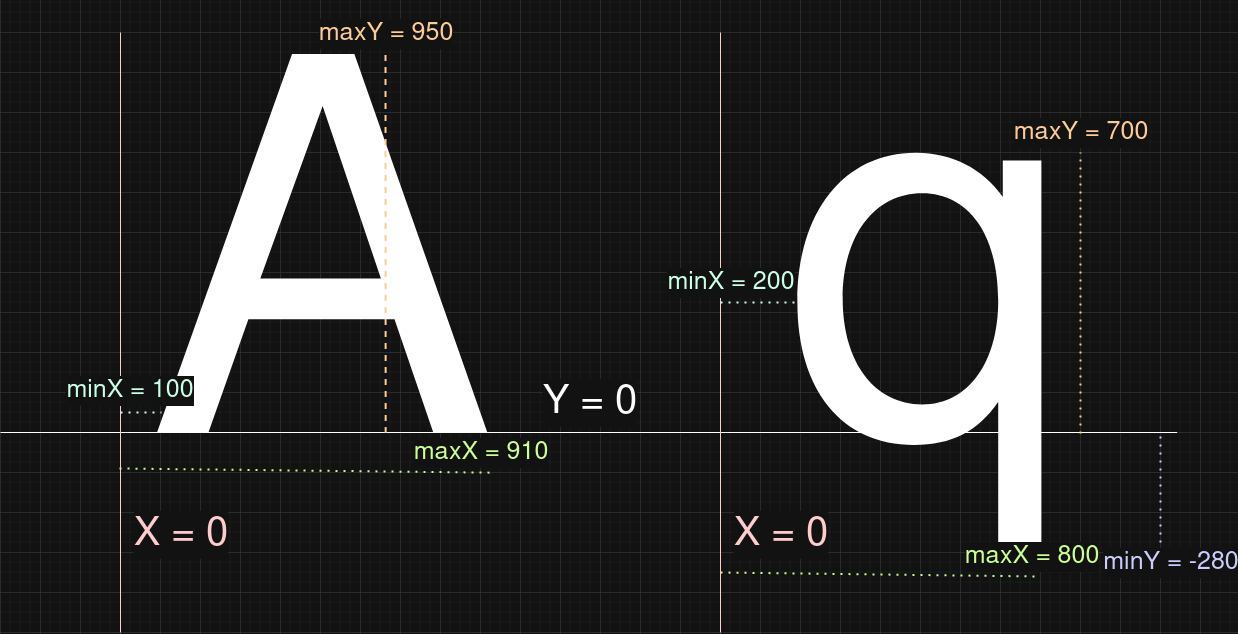
This is vk2d/docs/text/glyph-metrics-absolute.drawio.png from knokko/mardek, a draw.io export, as it was before one commit. Source tidied: cells renumbered, new cells last; positions are measured from the earlier drawing's top-left corner, leaving out a move shared by most shapes. Source of this version:
```xml
<mxGraphModel>
  <root>
    <mxCell id="0" />
    <mxCell id="1" parent="0" />
    <mxCell id="2" value="A&amp;nbsp; q" style="text;html=1;align=center;verticalAlign=middle;whiteSpace=wrap;rounded=0;fontSize=520;" parent="1" vertex="1">
      <mxGeometry x="120" y="20" width="980" height="520" as="geometry" />
    </mxCell>
    <mxCell id="3" value="Y = 0" style="endArrow=none;html=1;rounded=0;fontSize=40;" parent="1" edge="1">
      <mxGeometry y="30" relative="1" as="geometry">
        <mxPoint y="400" as="sourcePoint" />
        <mxPoint x="1176.7" y="400" as="targetPoint" />
      </mxGeometry>
    </mxCell>
    <mxCell id="4" value="X = 0" style="endArrow=none;html=1;rounded=0;strokeColor=light-dark(#000000,#FFCCCC);fontSize=40;fontColor=light-dark(#000000,#FFCCCC);" parent="1" edge="1">
      <mxGeometry x="-0.67" y="-60" relative="1" as="geometry">
        <mxPoint x="120" y="600" as="sourcePoint" />
        <mxPoint x="120" as="targetPoint" />
      </mxGeometry>
    </mxCell>
    <mxCell id="5" value="X = 0" style="endArrow=none;html=1;rounded=0;strokeColor=light-dark(#000000,#FFCCCC);fontSize=40;fontColor=light-dark(#000000,#FFCCCC);" parent="1" edge="1">
      <mxGeometry x="-0.67" y="-60" relative="1" as="geometry">
        <mxPoint x="720" y="600" as="sourcePoint" />
        <mxPoint x="720" as="targetPoint" />
      </mxGeometry>
    </mxCell>
    <mxCell id="6" value="maxX = 910" style="endArrow=none;dashed=1;html=1;dashPattern=1 3;strokeWidth=2;rounded=0;entryX=0.378;entryY=0.808;entryDx=0;entryDy=0;entryPerimeter=0;fontSize=25;fontColor=light-dark(#000000,#CCFF99);strokeColor=light-dark(#000000,#CCFF99);exitX=-0.001;exitY=0.8;exitDx=0;exitDy=0;exitPerimeter=0;" parent="1" edge="1" source="2" target="2">
      <mxGeometry x="0.94" y="20" relative="1" as="geometry" />
    </mxCell>
    <mxCell id="7" value="minX = 100" style="endArrow=none;dashed=1;html=1;dashPattern=1 3;strokeWidth=2;rounded=0;entryX=0.378;entryY=0.808;entryDx=0;entryDy=0;entryPerimeter=0;fontSize=25;fontColor=light-dark(#000000,#CCFFE6);strokeColor=light-dark(#000000,#CCFFE6);" parent="1" edge="1">
      <mxGeometry x="-0.51" y="22" relative="1" as="geometry">
        <mxPoint x="120" y="380" as="sourcePoint" />
        <mxPoint x="161" y="380" as="targetPoint" />
      </mxGeometry>
    </mxCell>
    <mxCell id="8" value="maxY = 950" style="endArrow=none;dashed=1;html=1;strokeWidth=2;rounded=0;entryX=0.408;entryY=-0.001;entryDx=0;entryDy=0;entryPerimeter=0;fontSize=25;fontColor=light-dark(#000000,#FFCC99);strokeColor=light-dark(#000000,#FFCC99);" parent="1" edge="1">
      <mxGeometry x="1" y="-19" relative="1" as="geometry">
        <mxPoint x="385.2" y="400.5" as="sourcePoint" />
        <mxPoint x="385" y="20" as="targetPoint" />
        <mxPoint x="-19" y="-20" as="offset" />
      </mxGeometry>
    </mxCell>
    <mxCell id="9" value="maxY = 700" style="endArrow=none;dashed=1;html=1;dashPattern=1 3;strokeWidth=2;rounded=0;fontSize=25;fontColor=light-dark(#000000,#FFCC99);strokeColor=light-dark(#000000,#FFCC99);" parent="1" edge="1">
      <mxGeometry x="1" y="-19" relative="1" as="geometry">
        <mxPoint x="1080" y="401" as="sourcePoint" />
        <mxPoint x="1080" y="120" as="targetPoint" />
        <mxPoint x="-19" y="-20" as="offset" />
      </mxGeometry>
    </mxCell>
    <mxCell id="10" value="minX = 200" style="endArrow=none;dashed=1;html=1;dashPattern=1 3;strokeWidth=2;rounded=0;fontSize=25;fontColor=light-dark(#000000,#CCFFE6);strokeColor=light-dark(#000000,#CCFFE6);" parent="1" edge="1">
      <mxGeometry x="-0.75" y="20" relative="1" as="geometry">
        <mxPoint x="720" y="270" as="sourcePoint" />
        <mxPoint x="800" y="270" as="targetPoint" />
        <mxPoint x="-1" as="offset" />
      </mxGeometry>
    </mxCell>
    <mxCell id="11" value="maxX = 800" style="endArrow=none;dashed=1;html=1;dashPattern=1 3;strokeWidth=2;rounded=0;fontSize=25;fontColor=light-dark(#000000,#CCFF99);strokeColor=light-dark(#000000,#CCFF99);exitX=-0.001;exitY=0.8;exitDx=0;exitDy=0;exitPerimeter=0;" parent="1" edge="1">
      <mxGeometry x="0.94" y="20" relative="1" as="geometry">
        <mxPoint x="720" y="540" as="sourcePoint" />
        <mxPoint x="1040" y="544" as="targetPoint" />
      </mxGeometry>
    </mxCell>
    <mxCell id="12" value="minY = -280" style="endArrow=none;dashed=1;html=1;dashPattern=1 3;strokeWidth=2;rounded=0;fontSize=25;fontColor=light-dark(#000000,#CCCCFF);strokeColor=light-dark(#000000,#CCCCFF);" parent="1" edge="1">
      <mxGeometry x="-1" y="-22" relative="1" as="geometry">
        <mxPoint x="1160" y="510" as="sourcePoint" />
        <mxPoint x="1160" y="400" as="targetPoint" />
        <mxPoint x="-12" y="20" as="offset" />
      </mxGeometry>
    </mxCell>
  </root>
</mxGraphModel>
```
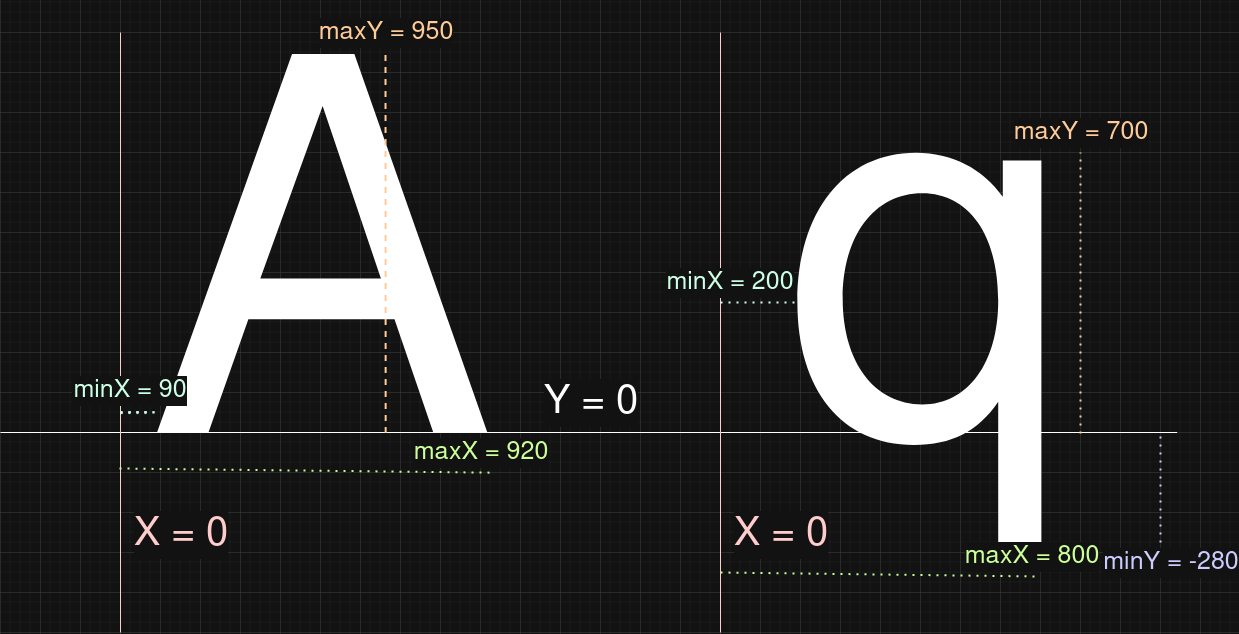
Later version of the same file.

What changed in the source:
```diff
@@ -23,13 +23,13 @@
         <mxPoint x="720" as="targetPoint" />
       </mxGeometry>
     </mxCell>
-    <mxCell id="6" value="maxX = 910" style="endArrow=none;dashed=1;html=1;dashPattern=1 3;strokeWidth=2;rounded=0;entryX=0.378;entryY=0.808;entryDx=0;entryDy=0;entryPerimeter=0;fontSize=25;fontColor=light-dark(#000000,#CCFF99);strokeColor=light-dark(#000000,#CCFF99);exitX=-0.001;exitY=0.8;exitDx=0;exitDy=0;exitPerimeter=0;" parent="1" edge="1" source="2" target="2">
+    <mxCell id="6" value="maxX = 920" style="endArrow=none;dashed=1;html=1;dashPattern=1 3;strokeWidth=2;rounded=0;entryX=0.378;entryY=0.808;entryDx=0;entryDy=0;entryPerimeter=0;fontSize=25;fontColor=light-dark(#000000,#CCFF99);strokeColor=light-dark(#000000,#CCFF99);exitX=-0.001;exitY=0.8;exitDx=0;exitDy=0;exitPerimeter=0;" parent="1" edge="1" source="2" target="2">
       <mxGeometry x="0.94" y="20" relative="1" as="geometry" />
     </mxCell>
-    <mxCell id="7" value="minX = 100" style="endArrow=none;dashed=1;html=1;dashPattern=1 3;strokeWidth=2;rounded=0;entryX=0.378;entryY=0.808;entryDx=0;entryDy=0;entryPerimeter=0;fontSize=25;fontColor=light-dark(#000000,#CCFFE6);strokeColor=light-dark(#000000,#CCFFE6);" parent="1" edge="1">
+    <mxCell id="7" value="minX = 90" style="endArrow=none;dashed=1;html=1;dashPattern=1 3;strokeWidth=2;rounded=0;fontSize=25;fontColor=light-dark(#000000,#CCFFE6);strokeColor=light-dark(#000000,#CCFFE6);" parent="1" edge="1">
       <mxGeometry x="-0.51" y="22" relative="1" as="geometry">
         <mxPoint x="120" y="380" as="sourcePoint" />
-        <mxPoint x="161" y="380" as="targetPoint" />
+        <mxPoint x="150" y="380" as="targetPoint" />
       </mxGeometry>
     </mxCell>
     <mxCell id="8" value="maxY = 950" style="endArrow=none;dashed=1;html=1;strokeWidth=2;rounded=0;entryX=0.408;entryY=-0.001;entryDx=0;entryDy=0;entryPerimeter=0;fontSize=25;fontColor=light-dark(#000000,#FFCC99);strokeColor=light-dark(#000000,#FFCC99);" parent="1" edge="1">
@@ -66,5 +66,20 @@
         <mxPoint x="-12" y="20" as="offset" />
       </mxGeometry>
     </mxCell>
+    <mxCell id="13" value="minX = 90" style="endArrow=none;dashed=1;html=1;dashPattern=1 3;strokeWidth=2;rounded=0;fontSize=25;fontColor=light-dark(#000000,#CCFFE6);strokeColor=light-dark(#000000,#CCFFE6);entryX=0.031;entryY=0.692;entryDx=0;entryDy=0;entryPerimeter=0;" parent="1" edge="1" target="2">
+      <mxGeometry x="-0.51" y="22" relative="1" as="geometry">
+        <mxPoint x="120" y="380" as="sourcePoint" />
+      </mxGeometry>
+    </mxCell>
+    <mxCell id="14" value="minX = 90" style="endArrow=none;dashed=1;html=1;dashPattern=1 3;strokeWidth=2;rounded=0;fontSize=25;fontColor=light-dark(#000000,#CCFFE6);strokeColor=light-dark(#000000,#CCFFE6);entryX=0.036;entryY=0.692;entryDx=0;entryDy=0;entryPerimeter=0;" parent="1" edge="1" target="2">
+      <mxGeometry x="-0.51" y="22" relative="1" as="geometry">
+        <mxPoint x="120" y="380" as="sourcePoint" />
+      </mxGeometry>
+    </mxCell>
+    <mxCell id="15" value="minX = 90" style="endArrow=none;dashed=1;html=1;dashPattern=1 3;strokeWidth=2;rounded=0;fontSize=25;fontColor=light-dark(#000000,#CCFFE6);strokeColor=light-dark(#000000,#CCFFE6);entryX=0.038;entryY=0.692;entryDx=0;entryDy=0;entryPerimeter=0;" parent="1" edge="1" target="2">
+      <mxGeometry x="-0.51" y="22" relative="1" as="geometry">
+        <mxPoint x="120" y="380" as="sourcePoint" />
+      </mxGeometry>
+    </mxCell>
   </root>
 </mxGraphModel>
```
